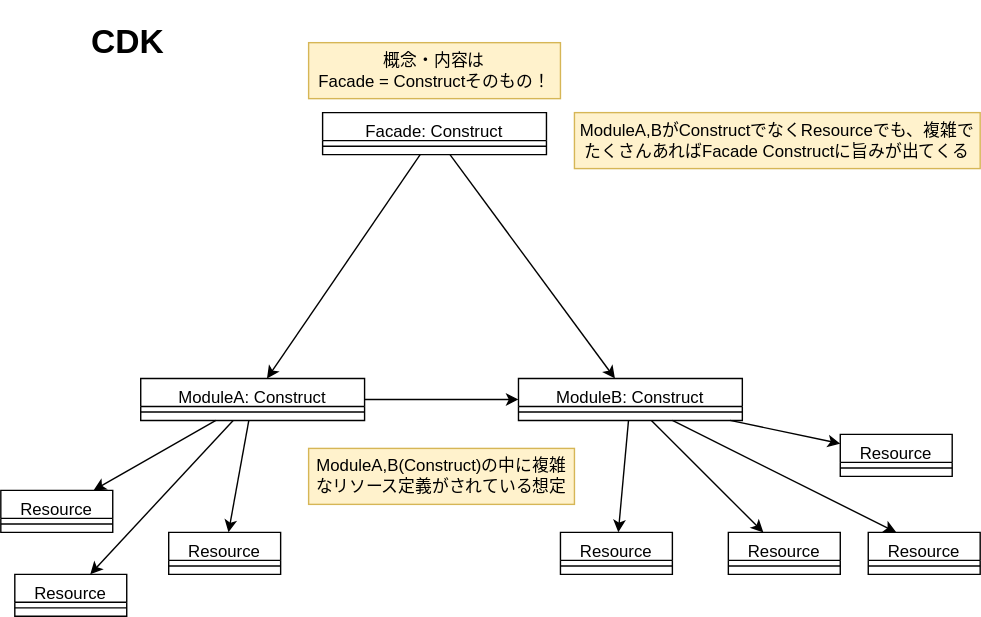
Earlier version of the draw.io export drawio/facade/facade_concrete.drawio.svg (go-to-k/cdk-gof-design-pattern). Source tidied: cells renumbered, new cells last; positions are measured from the earlier drawing's top-left corner, leaving out a move shared by most shapes.
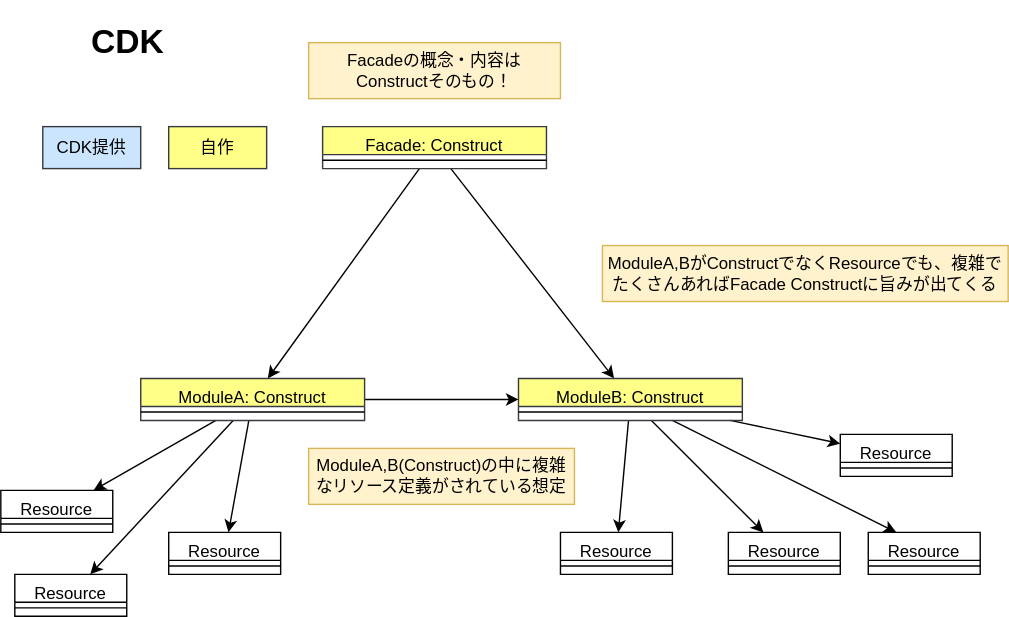
The same diagram one commit later.

The edit, as a diff of the source:
```diff
@@ -14,8 +14,8 @@
     <mxCell id="5" style="edgeStyle=none;html=1;" parent="1" edge="1" source="6" target="13">
       <mxGeometry relative="1" as="geometry" />
     </mxCell>
-    <mxCell id="6" value="Facade: Construct" style="swimlane;fontStyle=0;align=center;verticalAlign=top;horizontal=1;startSize=20;rounded=0;shadow=0;strokeWidth=1;" parent="1" vertex="1">
-      <mxGeometry x="230" y="70" width="160" height="30" as="geometry" />
+    <mxCell id="6" value="Facade: Construct" style="swimlane;fontStyle=0;align=center;verticalAlign=top;horizontal=1;startSize=20;rounded=0;shadow=0;strokeWidth=1;fillColor=#ffff88;strokeColor=#36393d;" parent="1" vertex="1">
+      <mxGeometry x="230" y="80" width="160" height="30" as="geometry" />
     </mxCell>
     <mxCell id="7" style="line;html=1;strokeWidth=1;align=left;verticalAlign=middle;spacingTop=-1;spacingLeft=3;spacingRight=3;labelPosition=right;" parent="6" vertex="1">
       <mxGeometry y="20" width="160" height="8" as="geometry" />
@@ -37,7 +37,7 @@
     <mxCell id="12" style="edgeStyle=none;html=1;" parent="1" edge="1" source="13" target="32">
       <mxGeometry relative="1" as="geometry" />
     </mxCell>
-    <mxCell id="13" value="ModuleB: Construct" style="swimlane;fontStyle=0;align=center;verticalAlign=top;horizontal=1;startSize=20;rounded=0;shadow=0;strokeWidth=1;" parent="1" vertex="1">
+    <mxCell id="13" value="ModuleB: Construct" style="swimlane;fontStyle=0;align=center;verticalAlign=top;horizontal=1;startSize=20;rounded=0;shadow=0;strokeWidth=1;fillColor=#ffff88;strokeColor=#36393d;" parent="1" vertex="1">
       <mxGeometry x="370" y="260" width="160" height="30" as="geometry" />
     </mxCell>
     <mxCell id="14" style="line;html=1;strokeWidth=1;align=left;verticalAlign=middle;spacingTop=-1;spacingLeft=3;spacingRight=3;labelPosition=right;" parent="13" vertex="1">
@@ -55,13 +55,13 @@
     <mxCell id="18" style="edgeStyle=none;html=1;" parent="1" edge="1" source="19" target="26">
       <mxGeometry relative="1" as="geometry" />
     </mxCell>
-    <mxCell id="19" value="ModuleA: Construct" style="swimlane;fontStyle=0;align=center;verticalAlign=top;horizontal=1;startSize=20;rounded=0;shadow=0;strokeWidth=1;" parent="1" vertex="1">
+    <mxCell id="19" value="ModuleA: Construct" style="swimlane;fontStyle=0;align=center;verticalAlign=top;horizontal=1;startSize=20;rounded=0;shadow=0;strokeWidth=1;fillColor=#ffff88;strokeColor=#36393d;" parent="1" vertex="1">
       <mxGeometry x="100" y="260" width="160" height="30" as="geometry" />
     </mxCell>
     <mxCell id="20" style="line;html=1;strokeWidth=1;align=left;verticalAlign=middle;spacingTop=-1;spacingLeft=3;spacingRight=3;labelPosition=right;" parent="19" vertex="1">
       <mxGeometry y="20" width="160" height="8" as="geometry" />
     </mxCell>
-    <mxCell id="21" value="概念・内容は&lt;br&gt;Facade = Constructそのもの！" style="text;html=1;strokeColor=#d6b656;fillColor=#fff2cc;align=center;verticalAlign=middle;whiteSpace=wrap;rounded=0;fontColor=#000000;" parent="1" vertex="1">
+    <mxCell id="21" value="Facadeの概念・内容は&lt;br&gt;Constructそのもの！" style="text;html=1;strokeColor=#d6b656;fillColor=#fff2cc;align=center;verticalAlign=middle;whiteSpace=wrap;rounded=0;fontColor=#000000;" parent="1" vertex="1">
       <mxGeometry x="220" y="20" width="180" height="40" as="geometry" />
     </mxCell>
     <mxCell id="22" value="Resource" style="swimlane;fontStyle=0;align=center;verticalAlign=top;horizontal=1;startSize=20;rounded=0;shadow=0;strokeWidth=1;" parent="1" vertex="1">
@@ -107,7 +107,13 @@
       <mxGeometry y="20" width="80" height="8" as="geometry" />
     </mxCell>
     <mxCell id="36" value="ModuleA,BがConstructでなくResourceでも、複雑でたくさんあればFacade Constructに旨みが出てくる" style="text;html=1;strokeColor=#d6b656;fillColor=#fff2cc;align=center;verticalAlign=middle;whiteSpace=wrap;rounded=0;fontColor=#000000;" parent="1" vertex="1">
-      <mxGeometry x="410" y="70" width="290" height="40" as="geometry" />
+      <mxGeometry x="430" y="165" width="290" height="40" as="geometry" />
     </mxCell>
+    <mxCell id="37" value="自作" style="rounded=0;whiteSpace=wrap;html=1;fillColor=#ffff88;strokeColor=#36393d;" parent="1" vertex="1">
+      <mxGeometry x="120" y="80" width="70" height="30" as="geometry" />
+    </mxCell>
+    <mxCell id="38" value="CDK提供" style="rounded=0;whiteSpace=wrap;html=1;fillColor=#cce5ff;strokeColor=#36393d;" parent="1" vertex="1">
+      <mxGeometry x="30" y="80" width="70" height="30" as="geometry" />
+    </mxCell>
   </root>
 </mxGraphModel>
```
